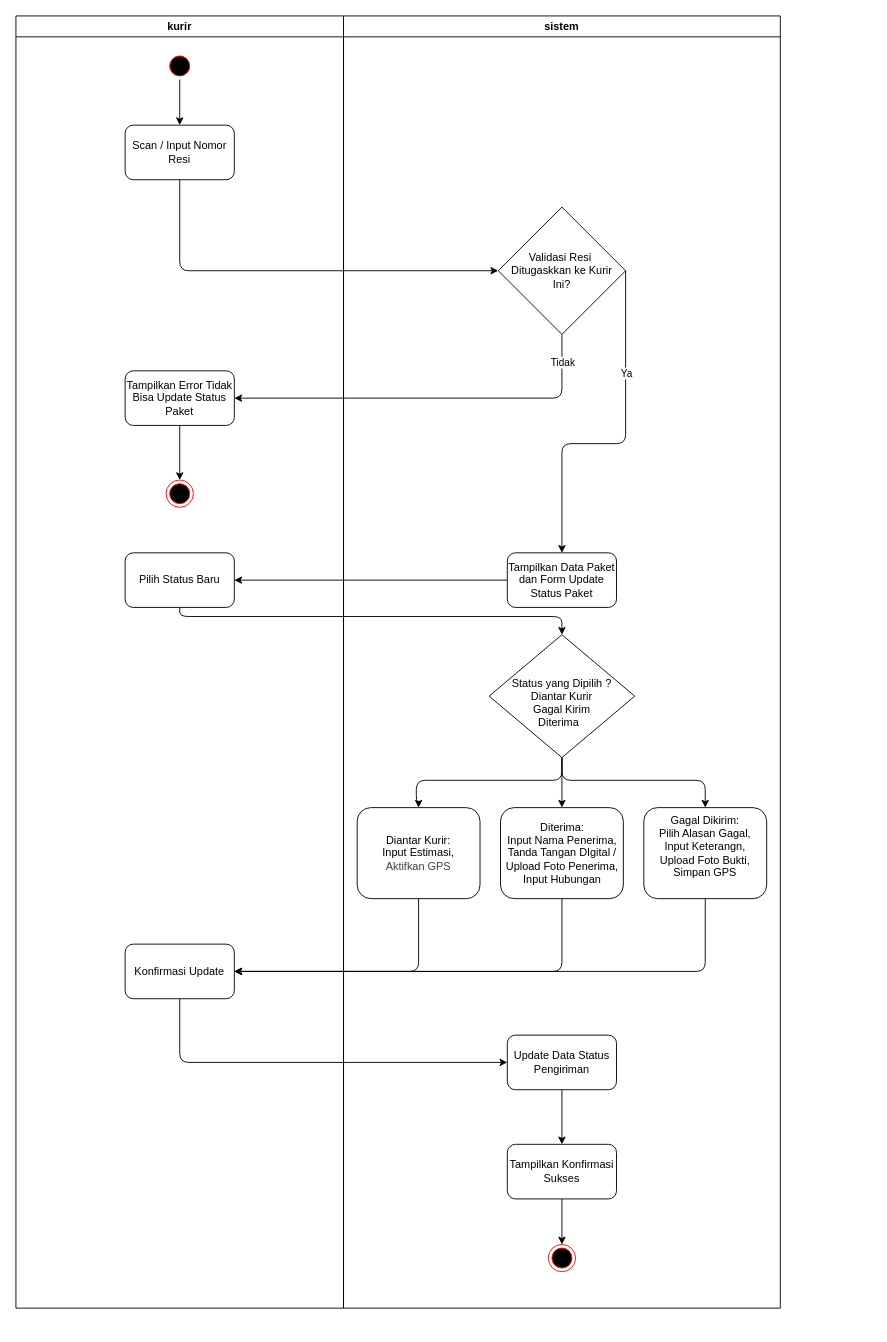
The draw.io diagram update-status-pengiriman(kurir).drawio in SiWahyu/Logistik-UML, before the edit. Source tidied: cells renumbered, new cells numbered last; positions are measured from the earlier drawing's top-left corner, leaving out a move shared by most shapes. Both pictures are drawn from the tidied source at 91%, with x=0, y=0 at pixel (15, 15).
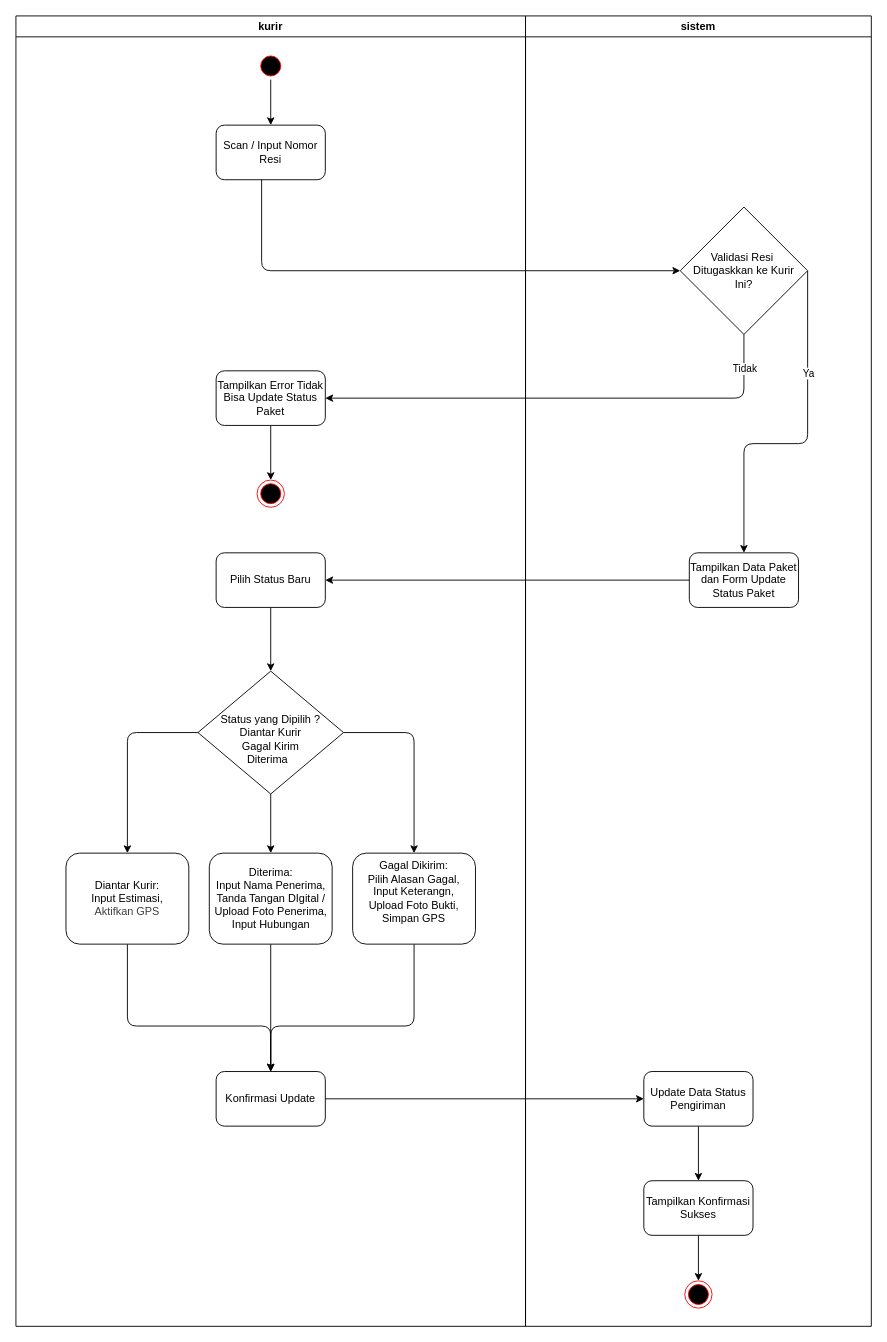
After the change.

Commit message (it also covers changes not shown here):
update kelola-paket-bermasala(admin),update-status-pengiriman(kurir),konfirmasi-penerimaan,register

The change refers to these unchanged cells:
```xml
<mxCell id="14" value="Validasi Resi&amp;nbsp; Ditugaskkan ke Kurir&lt;div&gt;Ini?&lt;/div&gt;" style="rhombus;whiteSpace=wrap;html=1;" parent="11" vertex="1">
  <mxGeometry x="170" y="210" width="140" height="140" as="geometry" />
</mxCell>
```

Diff of the diagram source:
```diff
@@
     <mxCell id="2" value="kurir" style="swimlane;whiteSpace=wrap;html=1;" parent="1" vertex="1">
-      <mxGeometry width="360" height="1420" as="geometry" />
+      <mxGeometry width="560" height="1440" as="geometry" />
     </mxCell>
     <mxCell id="3" value="&lt;span style=&quot;color: rgb(0, 0, 0);&quot;&gt;Scan / Input Nomor Resi&lt;/span&gt;" style="rounded=1;whiteSpace=wrap;html=1;" parent="2" vertex="1">
-      <mxGeometry x="120" y="120" width="120" height="60" as="geometry" />
+      <mxGeometry x="220" y="120" width="120" height="60" as="geometry" />
     </mxCell>
@@
     <mxCell id="5" style="ellipse;html=1;shape=startState;fillColor=#000000;strokeColor=#ff0000;" parent="2" vertex="1">
-      <mxGeometry x="165" y="40" width="30" height="30" as="geometry" />
+      <mxGeometry x="265" y="40" width="30" height="30" as="geometry" />
     </mxCell>
@@
     <mxCell id="7" value="Tampilkan Error Tidak Bisa Update Status Paket" style="rounded=1;whiteSpace=wrap;html=1;" parent="2" vertex="1">
-      <mxGeometry x="120" y="390" width="120" height="60" as="geometry" />
+      <mxGeometry x="220" y="390" width="120" height="60" as="geometry" />
     </mxCell>
     <mxCell id="8" style="ellipse;html=1;shape=endState;fillColor=#000000;strokeColor=#ff0000;" parent="2" vertex="1">
-      <mxGeometry x="165" y="510" width="30" height="30" as="geometry" />
+      <mxGeometry x="265" y="510" width="30" height="30" as="geometry" />
     </mxCell>
+    <mxCell id="36" style="edgeStyle=none;html=1;entryX=0.5;entryY=0;entryDx=0;entryDy=0;" parent="2" edge="1" source="9" target="20">
+      <mxGeometry relative="1" as="geometry" />
+    </mxCell>
     <mxCell id="9" value="Pilih Status Baru" style="rounded=1;whiteSpace=wrap;html=1;" parent="2" vertex="1">
-      <mxGeometry x="120" y="590" width="120" height="60" as="geometry" />
+      <mxGeometry x="220" y="590" width="120" height="60" as="geometry" />
     </mxCell>
     <mxCell id="10" value="Konfirmasi Update" style="rounded=1;whiteSpace=wrap;html=1;" parent="2" vertex="1">
-      <mxGeometry x="120" y="1020" width="120" height="60" as="geometry" />
+      <mxGeometry x="220" y="1160" width="120" height="60" as="geometry" />
     </mxCell>
+    <mxCell id="20" value="&lt;div&gt;&lt;br&gt;&lt;/div&gt;Status yang Dipilih ?&lt;div&gt;Diantar Kurir&lt;/div&gt;&lt;div&gt;Gagal Kirim&lt;/div&gt;&lt;div&gt;Diterima&amp;nbsp;&amp;nbsp;&lt;/div&gt;" style="rhombus;whiteSpace=wrap;html=1;" parent="2" vertex="1">
+      <mxGeometry x="200" y="720" width="160" height="135" as="geometry" />
+    </mxCell>
     <mxCell id="11" value="sistem" style="swimlane;whiteSpace=wrap;html=1;" parent="1" vertex="1">
-      <mxGeometry x="360" width="480" height="1420" as="geometry" />
+      <mxGeometry x="560" width="380" height="1440" as="geometry" />
     </mxCell>
@@
-    <mxCell id="16" value="Diantar Kurir:&lt;div&gt;Input Estimasi,&lt;/div&gt;&lt;div&gt;&lt;span style=&quot;color: rgb(63, 63, 63); background-color: transparent;&quot;&gt;Aktifkan GPS&lt;/span&gt;&lt;/div&gt;" style="rounded=1;whiteSpace=wrap;html=1;" parent="11" vertex="1">
-      <mxGeometry x="15" y="870" width="135" height="100" as="geometry" />
-    </mxCell>
-    <mxCell id="17" style="edgeStyle=orthogonalEdgeStyle;html=1;entryX=0.5;entryY=0;entryDx=0;entryDy=0;" parent="11" edge="1" source="20" target="16">
-      <mxGeometry relative="1" as="geometry">
-        <Array as="points">
-          <mxPoint x="240" y="840" />
-          <mxPoint x="80" y="840" />
-          <mxPoint x="80" y="863" />
-          <mxPoint x="83" y="863" />
-        </Array>
-      </mxGeometry>
-    </mxCell>
-    <mxCell id="18" style="edgeStyle=none;html=1;entryX=0.5;entryY=0;entryDx=0;entryDy=0;" parent="11" edge="1" source="20" target="23">
-      <mxGeometry relative="1" as="geometry" />
-    </mxCell>
-    <mxCell id="19" style="edgeStyle=orthogonalEdgeStyle;html=1;entryX=0.5;entryY=0;entryDx=0;entryDy=0;" parent="11" edge="1" source="20" target="22">
-      <mxGeometry relative="1" as="geometry">
-        <Array as="points">
-          <mxPoint x="240" y="840" />
-          <mxPoint x="398" y="840" />
-        </Array>
-      </mxGeometry>
-    </mxCell>
-    <mxCell id="20" value="&lt;div&gt;&lt;br&gt;&lt;/div&gt;Status yang Dipilih ?&lt;div&gt;Diantar Kurir&lt;/div&gt;&lt;div&gt;Gagal Kirim&lt;/div&gt;&lt;div&gt;Diterima&amp;nbsp;&amp;nbsp;&lt;/div&gt;" style="rhombus;whiteSpace=wrap;html=1;" parent="11" vertex="1">
-      <mxGeometry x="160" y="680" width="160" height="135" as="geometry" />
-    </mxCell>
-    <mxCell id="21" style="edgeStyle=orthogonalEdgeStyle;html=1;" parent="11" edge="1" source="22">
-      <mxGeometry relative="1" as="geometry">
-        <mxPoint x="-120" y="1050" as="targetPoint" />
-        <Array as="points">
-          <mxPoint x="398" y="1050" />
-        </Array>
-      </mxGeometry>
-    </mxCell>
-    <mxCell id="22" value="Gagal Dikirim:&lt;div&gt;Pilih Alasan Gagal,&lt;/div&gt;&lt;div&gt;Input Keterangn,&lt;/div&gt;&lt;div&gt;Upload Foto Bukti,&lt;/div&gt;&lt;div&gt;Simpan GPS&lt;/div&gt;&lt;div&gt;&lt;br&gt;&lt;/div&gt;" style="rounded=1;whiteSpace=wrap;html=1;" parent="11" vertex="1">
-      <mxGeometry x="330" y="870" width="135" height="100" as="geometry" />
-    </mxCell>
-    <mxCell id="23" value="Diterima:&lt;div&gt;Input Nama Penerima,&lt;/div&gt;&lt;div&gt;Tanda Tangan DIgital / Upload Foto Penerima,&lt;/div&gt;&lt;div&gt;Input Hubungan&lt;/div&gt;" style="rounded=1;whiteSpace=wrap;html=1;" parent="11" vertex="1">
-      <mxGeometry x="172.5" y="870" width="135" height="100" as="geometry" />
-    </mxCell>
@@
     <mxCell id="25" value="Update Data Status Pengiriman" style="rounded=1;whiteSpace=wrap;html=1;" parent="11" vertex="1">
-      <mxGeometry x="180" y="1120" width="120" height="60" as="geometry" />
+      <mxGeometry x="130" y="1160" width="120" height="60" as="geometry" />
     </mxCell>
@@
     <mxCell id="27" value="Tampilkan Konfirmasi Sukses" style="rounded=1;whiteSpace=wrap;html=1;" parent="11" vertex="1">
-      <mxGeometry x="180" y="1240" width="120" height="60" as="geometry" />
+      <mxGeometry x="130" y="1280" width="120" height="60" as="geometry" />
     </mxCell>
     <mxCell id="28" style="ellipse;html=1;shape=endState;fillColor=#000000;strokeColor=#ff0000;" parent="11" vertex="1">
-      <mxGeometry x="225" y="1350" width="30" height="30" as="geometry" />
+      <mxGeometry x="175" y="1390" width="30" height="30" as="geometry" />
     </mxCell>
     <mxCell id="29" style="edgeStyle=orthogonalEdgeStyle;html=1;" parent="1" edge="1" source="3" target="14">
       <mxGeometry relative="1" as="geometry">
         <Array as="points">
-          <mxPoint x="180" y="280" />
+          <mxPoint x="270" y="280" />
         </Array>
       </mxGeometry>
     </mxCell>
     <mxCell id="30" style="edgeStyle=orthogonalEdgeStyle;html=1;entryX=1;entryY=0.5;entryDx=0;entryDy=0;exitX=0.5;exitY=1;exitDx=0;exitDy=0;" parent="1" edge="1" source="14" target="7">
       <mxGeometry relative="1" as="geometry">
         <Array as="points">
-          <mxPoint x="600" y="420" />
+          <mxPoint x="800" y="420" />
         </Array>
       </mxGeometry>
     </mxCell>
@@
+    <mxCell id="18" style="edgeStyle=none;html=1;entryX=0.5;entryY=0;entryDx=0;entryDy=0;" parent="1" edge="1" source="20" target="23">
+      <mxGeometry relative="1" as="geometry" />
+    </mxCell>
-    <mxCell id="33" style="edgeStyle=orthogonalEdgeStyle;html=1;entryX=1;entryY=0.5;entryDx=0;entryDy=0;" parent="1" edge="1" source="16" target="10">
+    <mxCell id="33" style="edgeStyle=orthogonalEdgeStyle;html=1;entryX=0.5;entryY=0;entryDx=0;entryDy=0;" parent="1" edge="1" source="16" target="10">
       <mxGeometry relative="1" as="geometry">
         <Array as="points">
-          <mxPoint x="443" y="1050" />
+          <mxPoint x="122" y="1110" />
+          <mxPoint x="280" y="1110" />
         </Array>
       </mxGeometry>
     </mxCell>
+    <mxCell id="16" value="Diantar Kurir:&lt;div&gt;Input Estimasi,&lt;/div&gt;&lt;div&gt;&lt;span style=&quot;color: rgb(63, 63, 63); background-color: transparent;&quot;&gt;Aktifkan GPS&lt;/span&gt;&lt;/div&gt;" style="rounded=1;whiteSpace=wrap;html=1;" parent="1" vertex="1">
+      <mxGeometry x="55" y="920" width="135" height="100" as="geometry" />
+    </mxCell>
-    <mxCell id="34" style="edgeStyle=orthogonalEdgeStyle;html=1;entryX=1;entryY=0.5;entryDx=0;entryDy=0;" parent="1" edge="1" source="23" target="10">
-      <mxGeometry relative="1" as="geometry">
-        <Array as="points">
-          <mxPoint x="600" y="1050" />
-        </Array>
-      </mxGeometry>
+    <mxCell id="34" style="edgeStyle=none;html=1;entryX=0.5;entryY=0;entryDx=0;entryDy=0;" parent="1" edge="1" source="23" target="10">
+      <mxGeometry relative="1" as="geometry" />
     </mxCell>
+    <mxCell id="23" value="Diterima:&lt;div&gt;Input Nama Penerima,&lt;/div&gt;&lt;div&gt;Tanda Tangan DIgital / Upload Foto Penerima,&lt;/div&gt;&lt;div&gt;Input Hubungan&lt;/div&gt;" style="rounded=1;whiteSpace=wrap;html=1;" parent="1" vertex="1">
+      <mxGeometry x="212.5" y="920" width="135" height="100" as="geometry" />
+    </mxCell>
+    <mxCell id="37" style="edgeStyle=orthogonalEdgeStyle;html=1;entryX=0.5;entryY=0;entryDx=0;entryDy=0;" parent="1" edge="1" source="22" target="10">
+      <mxGeometry relative="1" as="geometry">
+        <Array as="points">
+          <mxPoint x="438" y="1110" />
+          <mxPoint x="280" y="1110" />
+        </Array>
+      </mxGeometry>
+    </mxCell>
+    <mxCell id="22" value="Gagal Dikirim:&lt;div&gt;Pilih Alasan Gagal,&lt;/div&gt;&lt;div&gt;Input Keterangn,&lt;/div&gt;&lt;div&gt;Upload Foto Bukti,&lt;/div&gt;&lt;div&gt;Simpan GPS&lt;/div&gt;&lt;div&gt;&lt;br&gt;&lt;/div&gt;" style="rounded=1;whiteSpace=wrap;html=1;" parent="1" vertex="1">
+      <mxGeometry x="370" y="920" width="135" height="100" as="geometry" />
+    </mxCell>
+    <mxCell id="19" style="edgeStyle=orthogonalEdgeStyle;html=1;entryX=0.5;entryY=0;entryDx=0;entryDy=0;" parent="1" edge="1" source="20" target="22">
+      <mxGeometry relative="1" as="geometry" />
+    </mxCell>
+    <mxCell id="17" style="edgeStyle=orthogonalEdgeStyle;html=1;entryX=0.5;entryY=0;entryDx=0;entryDy=0;" parent="1" edge="1" source="20" target="16">
+      <mxGeometry relative="1" as="geometry" />
+    </mxCell>
-    <mxCell id="35" style="edgeStyle=orthogonalEdgeStyle;html=1;entryX=0;entryY=0.5;entryDx=0;entryDy=0;" parent="1" edge="1" source="10" target="25">
-      <mxGeometry relative="1" as="geometry">
-        <Array as="points">
-          <mxPoint x="180" y="1150" />
-        </Array>
-      </mxGeometry>
+    <mxCell id="35" style="edgeStyle=none;html=1;entryX=0;entryY=0.5;entryDx=0;entryDy=0;" parent="1" edge="1" source="10" target="25">
+      <mxGeometry relative="1" as="geometry" />
     </mxCell>
-    <mxCell id="36" style="edgeStyle=orthogonalEdgeStyle;html=1;entryX=0.5;entryY=0;entryDx=0;entryDy=0;" parent="1" edge="1" source="9" target="20">
-      <mxGeometry relative="1" as="geometry">
-        <Array as="points">
-          <mxPoint x="180" y="660" />
-          <mxPoint x="600" y="660" />
-        </Array>
-      </mxGeometry>
-    </mxCell>
```
